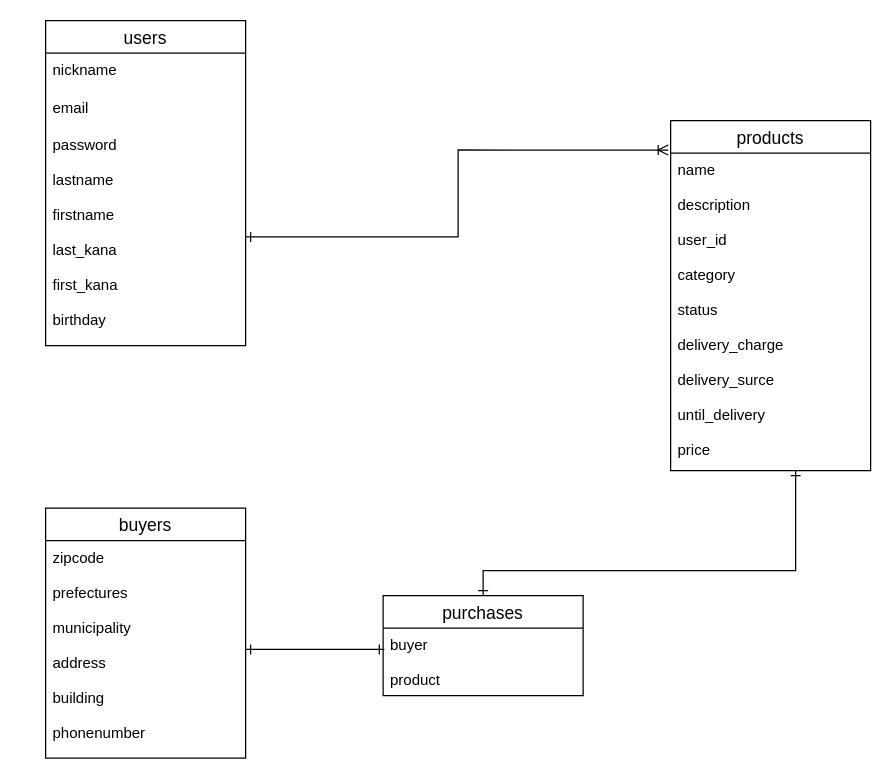
Before: ER.dio in spirit-8/furima-35222, a draw.io diagram. Source tidied: cells renumbered, new cells numbered last; positions are measured from the earlier drawing's top-left corner, leaving out a move shared by most shapes. Both pictures are drawn from the tidied source at 125%, with x=0, y=0 at pixel (45, 20).
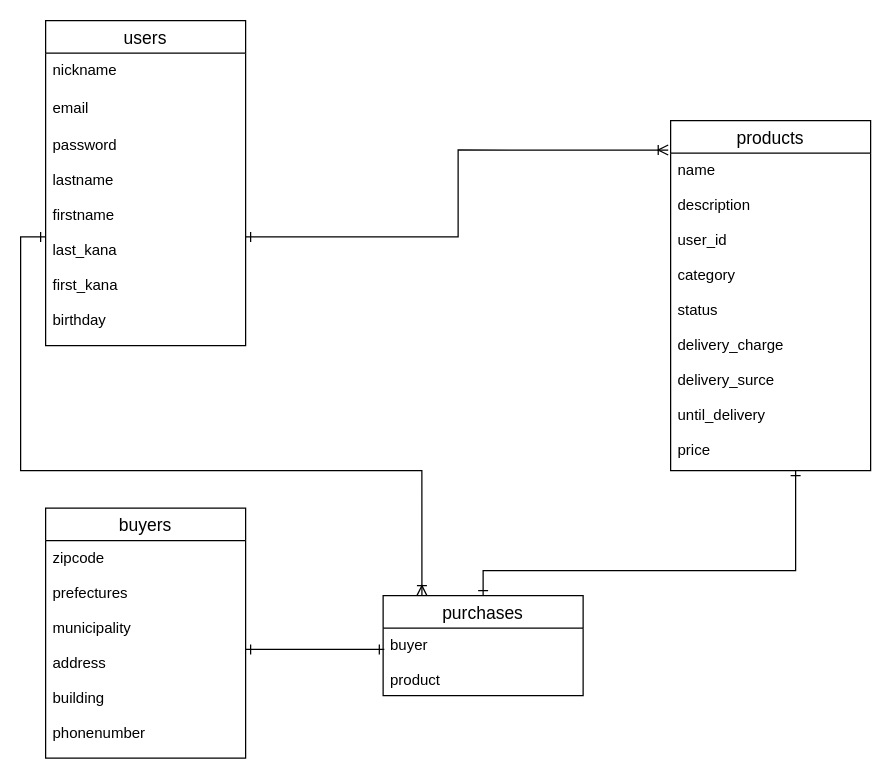
Above is the later version.

Diff of the diagram source:
```diff
@@
 <mxGraphModel>
   <root>
     <mxCell id="0" />
     <mxCell id="1" parent="0" />
     <mxCell id="2" value="users" style="swimlane;fontStyle=0;horizontal=1;startSize=26;align=center;fontSize=14;" parent="1" vertex="1">
       <mxGeometry width="160" height="260" as="geometry" />
     </mxCell>
     <mxCell id="3" value="nickname" style="text;strokeColor=none;fillColor=none;spacingLeft=4;spacingRight=4;overflow=hidden;fontSize=12;" parent="2" vertex="1">
       <mxGeometry y="26" width="160" height="30" as="geometry" />
     </mxCell>
     <mxCell id="4" value="email" style="text;strokeColor=none;fillColor=none;spacingLeft=4;spacingRight=4;overflow=hidden;points=[[0,0.5],[1,0.5]];portConstraint=eastwest;fontSize=12;" parent="2" vertex="1">
       <mxGeometry y="56" width="160" height="30" as="geometry" />
     </mxCell>
     <mxCell id="5" value="password&#10;&#10;lastname&#10;&#10;firstname&#10;&#10;last_kana&#10;&#10;first_kana&#10;&#10;birthday&#10;" style="text;strokeColor=none;fillColor=none;spacingLeft=4;spacingRight=4;overflow=hidden;points=[[0,0.5],[1,0.5]];portConstraint=eastwest;fontSize=12;" parent="2" vertex="1">
       <mxGeometry y="86" width="160" height="174" as="geometry" />
     </mxCell>
     <mxCell id="6" style="edgeStyle=orthogonalEdgeStyle;rounded=0;jettySize=auto;html=1;exitX=1;exitY=0.5;exitDx=0;exitDy=0;strokeColor=none;startArrow=ERone;startFill=0;endArrow=ERoneToMany;endFill=0;" parent="2" edge="1" source="5" target="4">
       <mxGeometry relative="1" as="geometry" />
     </mxCell>
     <mxCell id="7" value="products" style="swimlane;fontStyle=0;horizontal=1;startSize=26;align=center;fontSize=14;" parent="1" vertex="1">
       <mxGeometry x="500" y="80" width="160" height="280" as="geometry" />
     </mxCell>
     <mxCell id="8" value="name&#10;&#10;description&#10;&#10;user_id&#10;&#10;category&#10;&#10;status&#10;&#10;delivery_charge&#10;&#10;delivery_surce&#10;&#10;until_delivery&#10;&#10;price" style="text;strokeColor=none;fillColor=none;spacingLeft=4;spacingRight=4;overflow=hidden;points=[[0,0.5],[1,0.5]];portConstraint=eastwest;fontSize=12;" parent="7" vertex="1">
       <mxGeometry y="26" width="160" height="254" as="geometry" />
     </mxCell>
     <mxCell id="9" value="buyers" style="swimlane;fontStyle=0;horizontal=1;startSize=26;align=center;fontSize=14;" parent="1" vertex="1">
       <mxGeometry y="390" width="160" height="200" as="geometry" />
     </mxCell>
     <mxCell id="10" value="zipcode&#10;&#10;prefectures&#10;&#10;municipality&#10;&#10;address&#10;&#10;building&#10;&#10;phonenumber" style="text;strokeColor=none;fillColor=none;spacingLeft=4;spacingRight=4;overflow=hidden;points=[[0,0.5],[1,0.5]];portConstraint=eastwest;fontSize=12;" parent="9" vertex="1">
       <mxGeometry y="26" width="160" height="174" as="geometry" />
     </mxCell>
     <mxCell id="11" style="edgeStyle=orthogonalEdgeStyle;rounded=0;jettySize=auto;html=1;exitX=1;exitY=0.5;exitDx=0;exitDy=0;entryX=-0.012;entryY=0.084;entryDx=0;entryDy=0;entryPerimeter=0;startArrow=ERone;startFill=0;endArrow=ERoneToMany;endFill=0;" parent="1" edge="1" source="5" target="7">
       <mxGeometry relative="1" as="geometry" />
     </mxCell>
     <mxCell id="12" style="edgeStyle=orthogonalEdgeStyle;rounded=0;jettySize=auto;html=1;exitX=0.5;exitY=0;exitDx=0;exitDy=0;startArrow=ERone;startFill=0;endArrow=ERone;endFill=0;" parent="1" edge="1" source="13" target="8">
       <mxGeometry relative="1" as="geometry">
         <Array as="points">
           <mxPoint x="350" y="440" />
           <mxPoint x="600" y="440" />
         </Array>
       </mxGeometry>
     </mxCell>
     <mxCell id="13" value="purchases" style="swimlane;fontStyle=0;horizontal=1;startSize=26;align=center;fontSize=14;" parent="1" vertex="1">
       <mxGeometry x="270" y="460" width="160" height="80" as="geometry" />
     </mxCell>
     <mxCell id="14" value="buyer&#10;&#10;product" style="text;strokeColor=none;fillColor=none;spacingLeft=4;spacingRight=4;overflow=hidden;points=[[0,0.5],[1,0.5]];portConstraint=eastwest;fontSize=12;" parent="13" vertex="1">
       <mxGeometry y="26" width="160" height="54" as="geometry" />
     </mxCell>
     <mxCell id="15" style="edgeStyle=orthogonalEdgeStyle;rounded=0;jettySize=auto;html=1;exitX=1;exitY=0.5;exitDx=0;exitDy=0;entryX=0.006;entryY=0.315;entryDx=0;entryDy=0;entryPerimeter=0;startArrow=ERone;startFill=0;endArrow=ERone;endFill=0;" parent="1" edge="1" source="10" target="14">
       <mxGeometry relative="1" as="geometry" />
     </mxCell>
+    <mxCell id="16" style="edgeStyle=orthogonalEdgeStyle;rounded=0;jettySize=auto;html=1;exitX=0;exitY=0.5;exitDx=0;exitDy=0;entryX=0.194;entryY=0;entryDx=0;entryDy=0;entryPerimeter=0;startArrow=ERone;startFill=0;endArrow=ERoneToMany;endFill=0;" parent="1" edge="1" source="5" target="13">
+      <mxGeometry relative="1" as="geometry" />
+    </mxCell>
   </root>
 </mxGraphModel>
```
